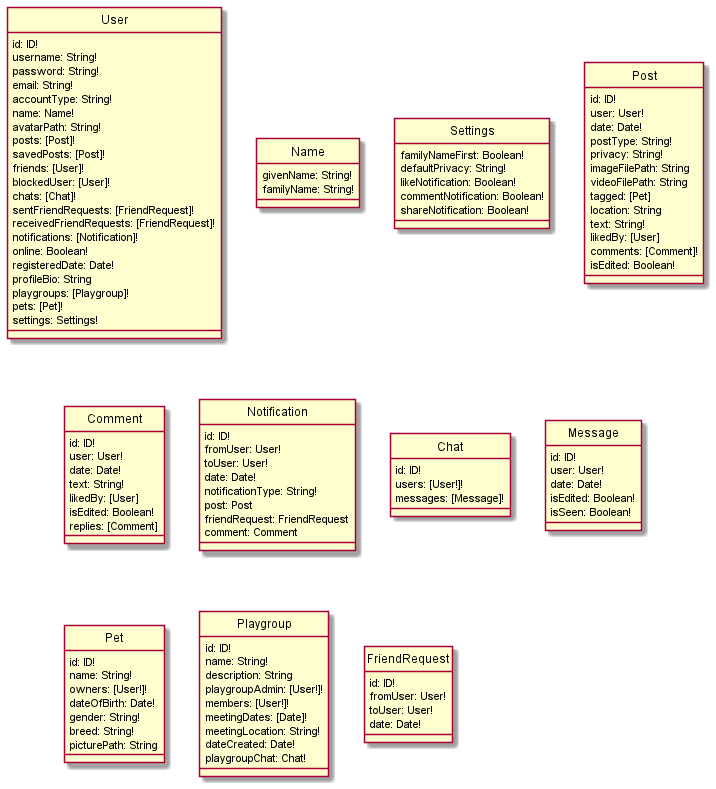
Above: docs/uml/DataSchema.png in bryanwhl/pet-social (PlantUML), before the change.
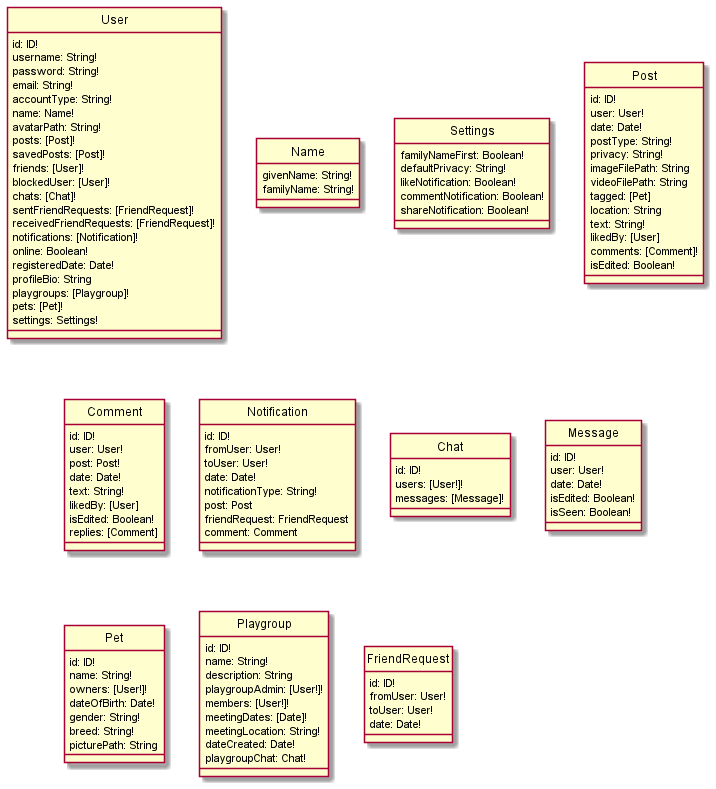
After the change.

Diff of the diagram source:
```diff
@@ -58,6 +58,7 @@
 class Comment {
     id: ID!
     user: User!
+    post: Post!
     date: Date!
     text: String!
     likedBy: [User]
```
